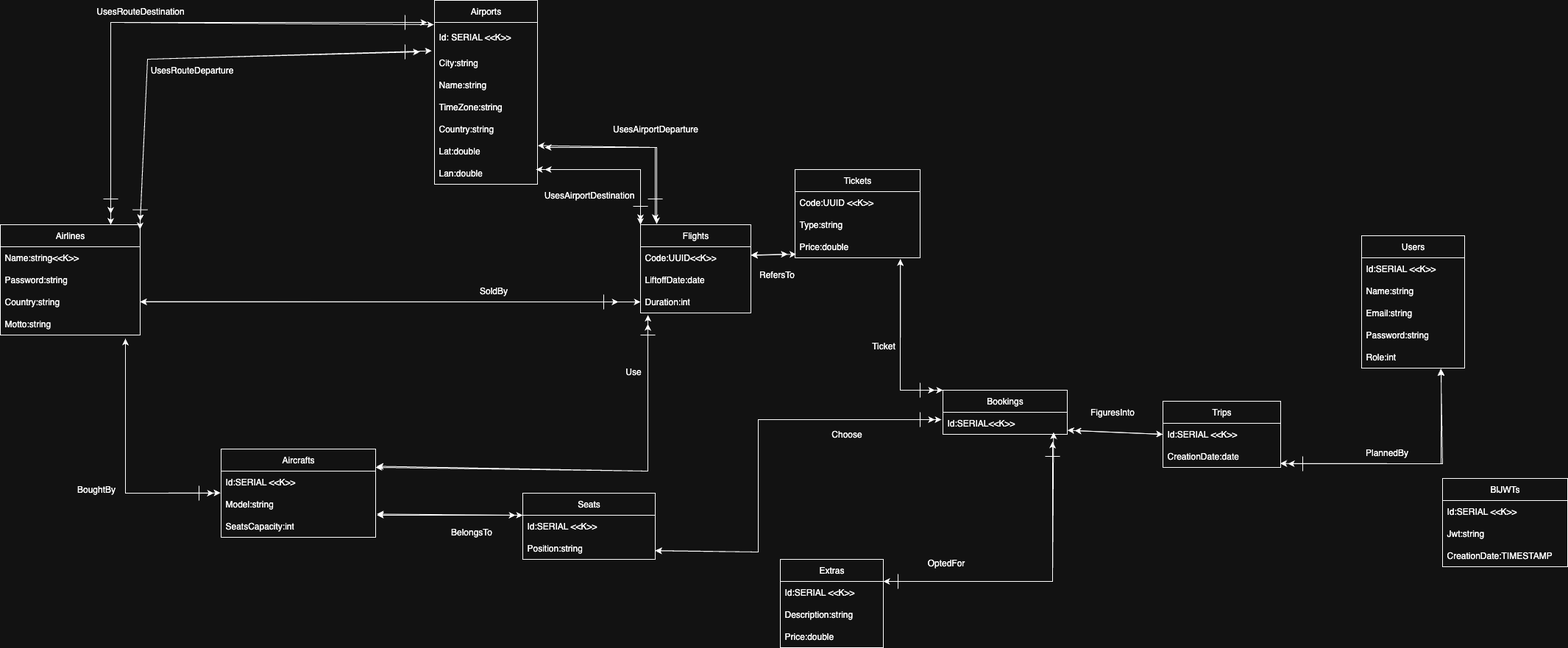
CunioloRaffaele/TAW keeps this draw.io diagram as backend/database/concettualeTAWdb.drawio.png. Above is the earlier version. Source tidied: cells renumbered, new cells last; positions are measured from the earlier drawing's top-left corner, leaving out a move shared by most shapes.
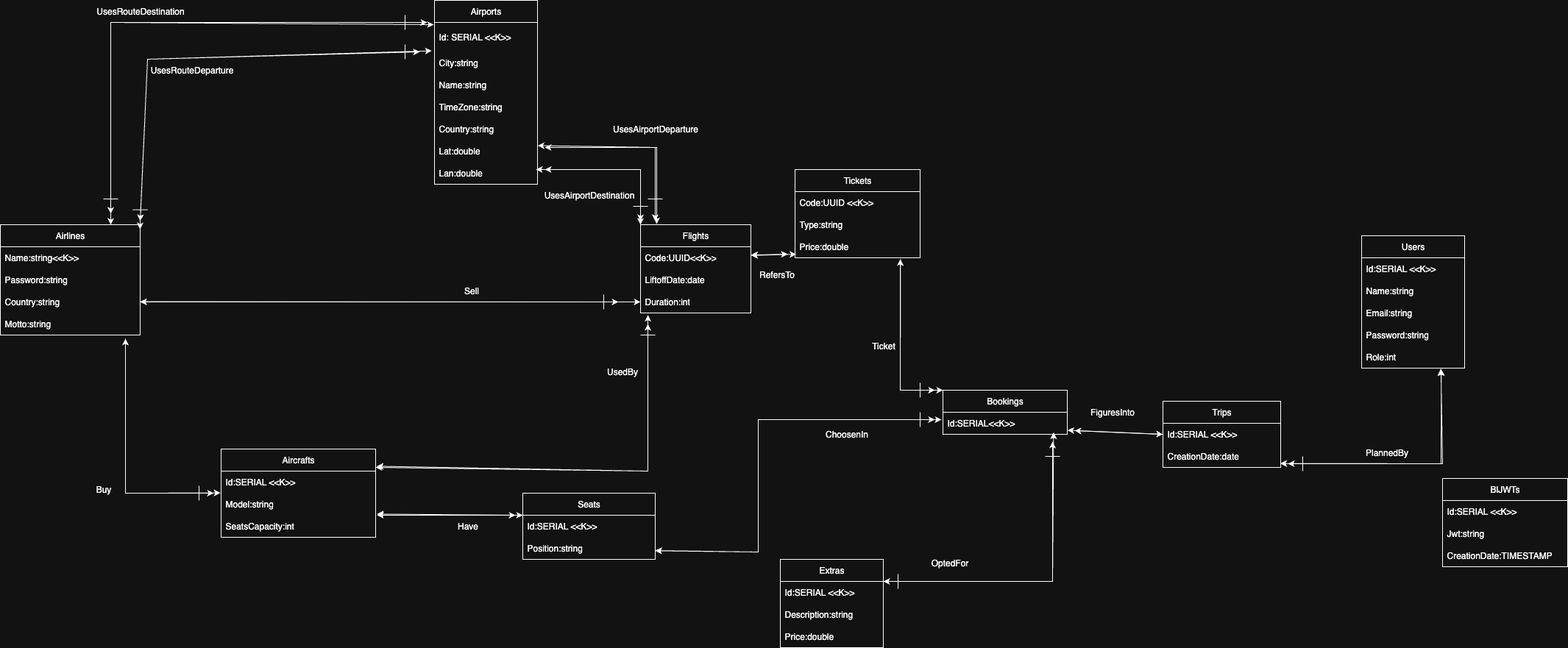
The same file after the commit.

Commit message:
refined conceptual and added logic database's schema with relative PNGs

What changed in the source:
```diff
@@ -143,27 +143,12 @@
     <mxCell id="48" value="Lan:double" style="text;strokeColor=none;fillColor=none;align=left;verticalAlign=middle;spacingLeft=4;spacingRight=4;overflow=hidden;whiteSpace=wrap;html=1;" parent="41" vertex="1">
       <mxGeometry y="220" width="140" height="30" as="geometry" />
     </mxCell>
-    <mxCell id="49" value="BoughtBy" style="text;html=1;align=center;verticalAlign=middle;strokeColor=none;fillColor=none;" parent="1" vertex="1">
-      <mxGeometry x="90" y="650" width="80" height="30" as="geometry" />
-    </mxCell>
-    <mxCell id="50" value="BelongsTo" style="text;html=1;align=center;verticalAlign=middle;strokeColor=none;fillColor=none;" parent="1" vertex="1">
-      <mxGeometry x="600" y="708" width="80" height="30" as="geometry" />
-    </mxCell>
-    <mxCell id="51" value="Use" style="text;html=1;align=center;verticalAlign=middle;strokeColor=none;fillColor=none;" parent="1" vertex="1">
-      <mxGeometry x="840" y="490" width="40" height="30" as="geometry" />
-    </mxCell>
-    <mxCell id="52" value="SoldBy" style="text;html=1;align=center;verticalAlign=middle;strokeColor=none;fillColor=none;" parent="1" vertex="1">
-      <mxGeometry x="640" y="380" width="60" height="30" as="geometry" />
-    </mxCell>
     <mxCell id="53" value="RefersTo" style="text;html=1;align=center;verticalAlign=middle;strokeColor=none;fillColor=none;" parent="1" vertex="1">
       <mxGeometry x="1020" y="358" width="70" height="30" as="geometry" />
     </mxCell>
-    <mxCell id="54" value="Choose" style="text;html=1;align=center;verticalAlign=middle;strokeColor=none;fillColor=none;" parent="1" vertex="1">
-      <mxGeometry x="1120" y="575" width="60" height="30" as="geometry" />
+    <mxCell id="54" value="ChoosenIn" style="text;html=1;align=center;verticalAlign=middle;strokeColor=none;fillColor=none;" parent="1" vertex="1">
+      <mxGeometry x="1110" y="575" width="80" height="30" as="geometry" />
     </mxCell>
-    <mxCell id="55" value="OptedFor" style="text;html=1;align=center;verticalAlign=middle;strokeColor=none;fillColor=none;" parent="1" vertex="1">
-      <mxGeometry x="1250" y="750" width="70" height="30" as="geometry" />
-    </mxCell>
     <mxCell id="56" value="Ticket" style="text;html=1;align=center;verticalAlign=middle;strokeColor=none;fillColor=none;" parent="1" vertex="1">
       <mxGeometry x="1170" y="455" width="60" height="30" as="geometry" />
     </mxCell>
@@ -468,5 +453,20 @@
         <mxPoint x="1420" y="620" as="targetPoint" />
       </mxGeometry>
     </mxCell>
+    <mxCell id="105" value="Buy" style="text;html=1;align=center;verticalAlign=middle;strokeColor=none;fillColor=none;" parent="1" vertex="1">
+      <mxGeometry x="120" y="650" width="40" height="30" as="geometry" />
+    </mxCell>
+    <mxCell id="106" value="UsedBy" style="text;html=1;align=center;verticalAlign=middle;strokeColor=none;fillColor=none;" parent="1" vertex="1">
+      <mxGeometry x="810" y="490" width="70" height="30" as="geometry" />
+    </mxCell>
+    <mxCell id="107" value="Have" style="text;html=1;align=center;verticalAlign=middle;strokeColor=none;fillColor=none;" parent="1" vertex="1">
+      <mxGeometry x="610" y="700" width="50" height="30" as="geometry" />
+    </mxCell>
+    <mxCell id="55" value="OptedFor" style="text;html=1;align=center;verticalAlign=middle;strokeColor=none;fillColor=none;" parent="1" vertex="1">
+      <mxGeometry x="1255" y="750" width="70" height="30" as="geometry" />
+    </mxCell>
+    <mxCell id="108" value="Sell" style="text;html=1;align=center;verticalAlign=middle;strokeColor=none;fillColor=none;" parent="1" vertex="1">
+      <mxGeometry x="620" y="380" width="40" height="30" as="geometry" />
+    </mxCell>
   </root>
 </mxGraphModel>
```
